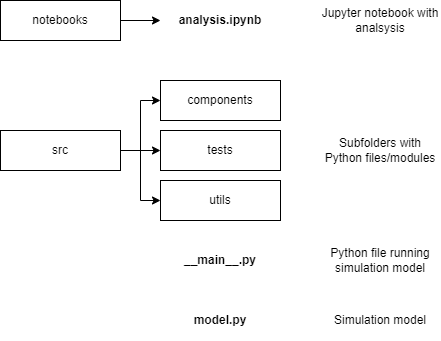
Earlier version of the draw.io export reports/figures/repository.png (mikhailsirenko/unbreakable). Source tidied: cells renumbered, new cells last; positions are measured from the earlier drawing's top-left corner, leaving out a move shared by most shapes.
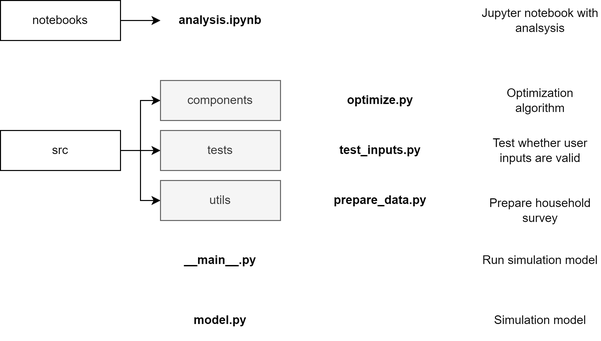
The same file after the commit.

Diff of the diagram source:
```diff
@@ -20,13 +20,13 @@
     <mxCell id="7" value="notebooks" style="rounded=0;whiteSpace=wrap;html=1;" parent="1" vertex="1">
       <mxGeometry width="120" height="40" as="geometry" />
     </mxCell>
-    <mxCell id="8" value="components" style="rounded=0;whiteSpace=wrap;html=1;" parent="1" vertex="1">
+    <mxCell id="8" value="components" style="rounded=0;whiteSpace=wrap;html=1;fillColor=#f5f5f5;fontColor=#333333;strokeColor=#666666;" parent="1" vertex="1">
       <mxGeometry x="160" y="80" width="120" height="40" as="geometry" />
     </mxCell>
-    <mxCell id="9" value="tests" style="rounded=0;whiteSpace=wrap;html=1;" parent="1" vertex="1">
+    <mxCell id="9" value="tests" style="rounded=0;whiteSpace=wrap;html=1;fillColor=#f5f5f5;fontColor=#333333;strokeColor=#666666;" parent="1" vertex="1">
       <mxGeometry x="160" y="130" width="120" height="40" as="geometry" />
     </mxCell>
-    <mxCell id="10" value="utils" style="rounded=0;whiteSpace=wrap;html=1;" parent="1" vertex="1">
+    <mxCell id="10" value="utils" style="rounded=0;whiteSpace=wrap;html=1;fillColor=#f5f5f5;fontColor=#333333;strokeColor=#666666;" parent="1" vertex="1">
       <mxGeometry x="160" y="180" width="120" height="40" as="geometry" />
     </mxCell>
     <mxCell id="11" value="analysis.ipynb" style="text;html=1;strokeColor=none;fillColor=none;align=center;verticalAlign=middle;whiteSpace=wrap;rounded=0;fontStyle=1;" parent="1" vertex="1">
@@ -39,16 +39,31 @@
       <mxGeometry x="160" y="240" width="120" height="40" as="geometry" />
     </mxCell>
     <mxCell id="14" value="Jupyter notebook with analsysis" style="text;html=1;strokeColor=none;fillColor=none;align=center;verticalAlign=middle;whiteSpace=wrap;rounded=0;" parent="1" vertex="1">
-      <mxGeometry x="320" width="120" height="40" as="geometry" />
+      <mxGeometry x="480" width="120" height="40" as="geometry" />
     </mxCell>
-    <mxCell id="15" value="Subfolders with Python files/modules" style="text;html=1;strokeColor=none;fillColor=none;align=center;verticalAlign=middle;whiteSpace=wrap;rounded=0;" parent="1" vertex="1">
-      <mxGeometry x="320" y="80" width="120" height="140" as="geometry" />
-    </mxCell>
-    <mxCell id="16" value="Python file running simulation model" style="text;html=1;strokeColor=none;fillColor=none;align=center;verticalAlign=middle;whiteSpace=wrap;rounded=0;" parent="1" vertex="1">
-      <mxGeometry x="320" y="240" width="120" height="40" as="geometry" />
+    <mxCell id="16" value="Run simulation model" style="text;html=1;strokeColor=none;fillColor=none;align=center;verticalAlign=middle;whiteSpace=wrap;rounded=0;" parent="1" vertex="1">
+      <mxGeometry x="480" y="240" width="120" height="40" as="geometry" />
     </mxCell>
     <mxCell id="17" value="Simulation model" style="text;html=1;strokeColor=none;fillColor=none;align=center;verticalAlign=middle;whiteSpace=wrap;rounded=0;" parent="1" vertex="1">
-      <mxGeometry x="320" y="300" width="120" height="40" as="geometry" />
+      <mxGeometry x="480" y="300" width="120" height="40" as="geometry" />
     </mxCell>
+    <mxCell id="18" value="optimize.py" style="text;html=1;strokeColor=none;fillColor=none;align=center;verticalAlign=middle;whiteSpace=wrap;rounded=0;fontStyle=1;" parent="1" vertex="1">
+      <mxGeometry x="320" y="80" width="120" height="40" as="geometry" />
+    </mxCell>
+    <mxCell id="19" value="prepare_data.py" style="text;html=1;strokeColor=none;fillColor=none;align=center;verticalAlign=middle;whiteSpace=wrap;rounded=0;fontStyle=1;" parent="1" vertex="1">
+      <mxGeometry x="320" y="180" width="120" height="40" as="geometry" />
+    </mxCell>
+    <mxCell id="20" value="Optimization algorithm" style="text;html=1;strokeColor=none;fillColor=none;align=center;verticalAlign=middle;whiteSpace=wrap;rounded=0;fontStyle=0;" parent="1" vertex="1">
+      <mxGeometry x="480" y="80" width="120" height="40" as="geometry" />
+    </mxCell>
+    <mxCell id="21" value="Prepare household survey" style="text;html=1;strokeColor=none;fillColor=none;align=center;verticalAlign=middle;whiteSpace=wrap;rounded=0;" parent="1" vertex="1">
+      <mxGeometry x="480" y="190" width="120" height="40" as="geometry" />
+    </mxCell>
+    <mxCell id="22" value="test_inputs.py" style="text;html=1;strokeColor=none;fillColor=none;align=center;verticalAlign=middle;whiteSpace=wrap;rounded=0;fontStyle=1;" parent="1" vertex="1">
+      <mxGeometry x="320" y="130" width="120" height="40" as="geometry" />
+    </mxCell>
+    <mxCell id="23" value="Test whether user inputs are valid" style="text;html=1;strokeColor=none;fillColor=none;align=center;verticalAlign=middle;whiteSpace=wrap;rounded=0;" parent="1" vertex="1">
+      <mxGeometry x="480" y="130" width="120" height="40" as="geometry" />
+    </mxCell>
   </root>
 </mxGraphModel>
```
